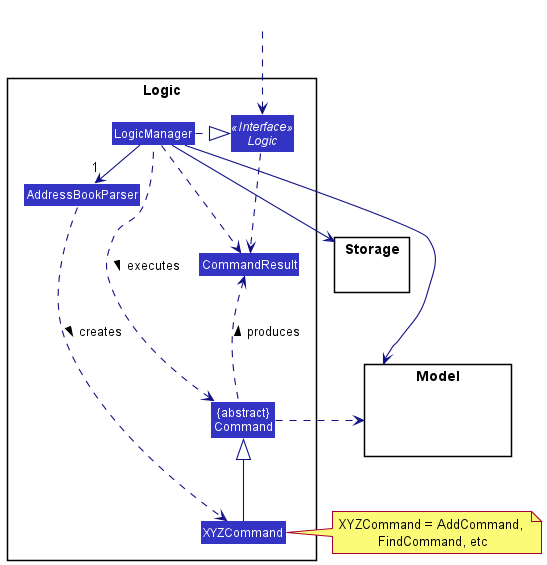
rish-16/tp keeps this PlantUML diagram as docs/diagrams/LogicClassDiagram.png. Above is the earlier version. The source it was exported from:
```plantuml
@startuml
!include style.puml
skinparam arrowThickness 1.1
skinparam arrowColor LOGIC_COLOR_T4
skinparam classBackgroundColor LOGIC_COLOR

package Logic {

Class AddressBookParser
Class XYZCommand
Class CommandResult
Class "{abstract}\nCommand" as Command


Interface Logic <<Interface>>
Class LogicManager
}

package Model{
Class HiddenModel #FFFFFF
}

package Storage{
}

Class HiddenOutside #FFFFFF
HiddenOutside ..> Logic

LogicManager .right.|> Logic
LogicManager -right->"1" AddressBookParser
AddressBookParser ..> XYZCommand : creates >

XYZCommand -up-|> Command
LogicManager .left.> Command : executes >

LogicManager --> Model
LogicManager --> Storage
Storage --[hidden] Model
Command .[hidden]up.> Storage
Command .right.> Model
note right of XYZCommand: XYZCommand = AddCommand, \nFindCommand, etc

Logic ..> CommandResult
LogicManager .down.> CommandResult
Command .up.> CommandResult : produces >
@enduml
```
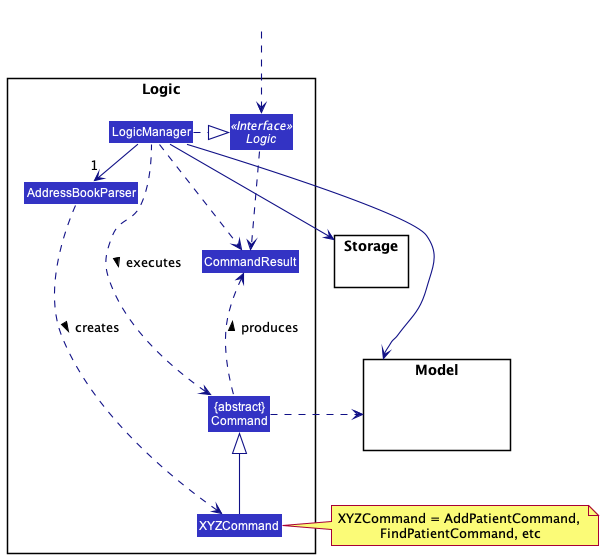
After the commit.

The edit, as a diff of the source:
```diff
@@ -38,7 +38,7 @@
 Storage --[hidden] Model
 Command .[hidden]up.> Storage
 Command .right.> Model
-note right of XYZCommand: XYZCommand = AddCommand, \nFindCommand, etc
+note right of XYZCommand: XYZCommand = AddPatientCommand, \nFindPatientCommand, etc
 
 Logic ..> CommandResult
 LogicManager .down.> CommandResult
```
